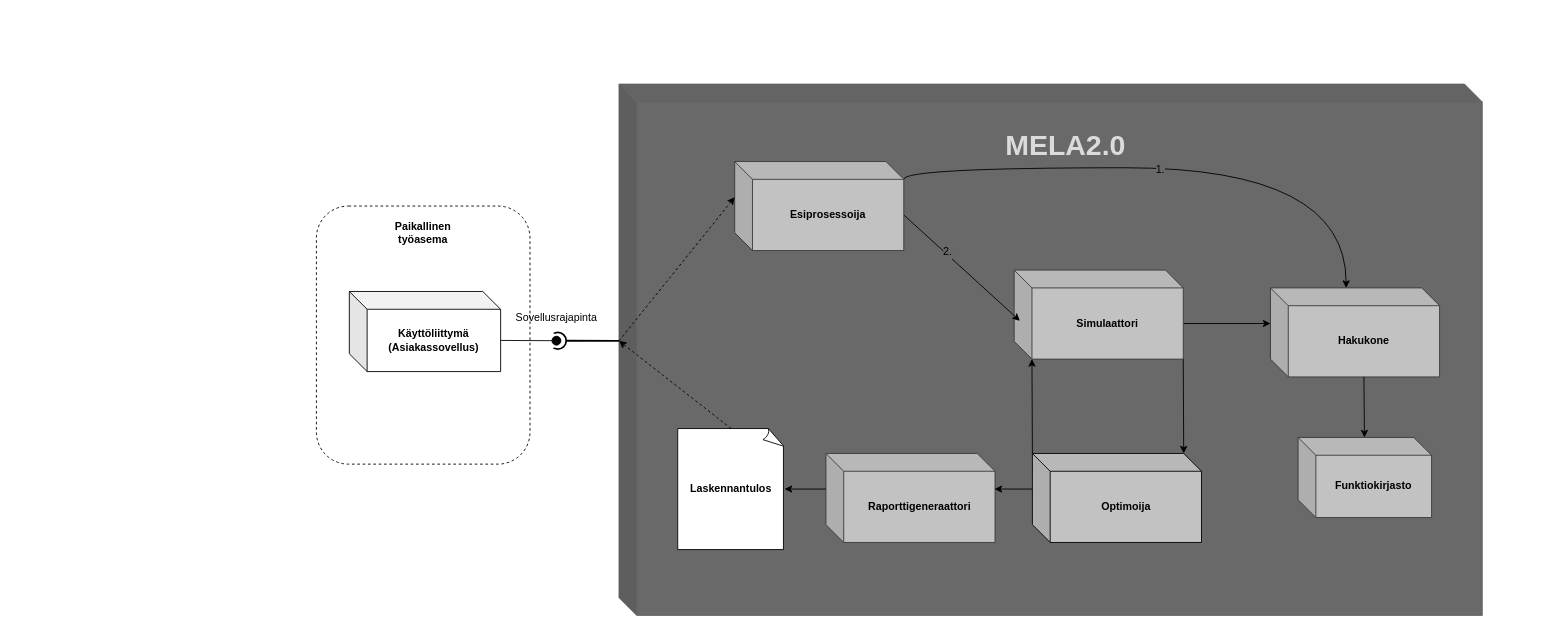
Earlier version of the draw.io diagram Figures/Kayttoliittyma.drawio (R1pe/MELA2.0-Users). Source tidied: cells renumbered, new cells numbered last; positions are measured from the earlier drawing's top-left corner, leaving out a move shared by most shapes. Both pictures are drawn from the tidied source at 89%, with x=0, y=0 at pixel (316, 84).
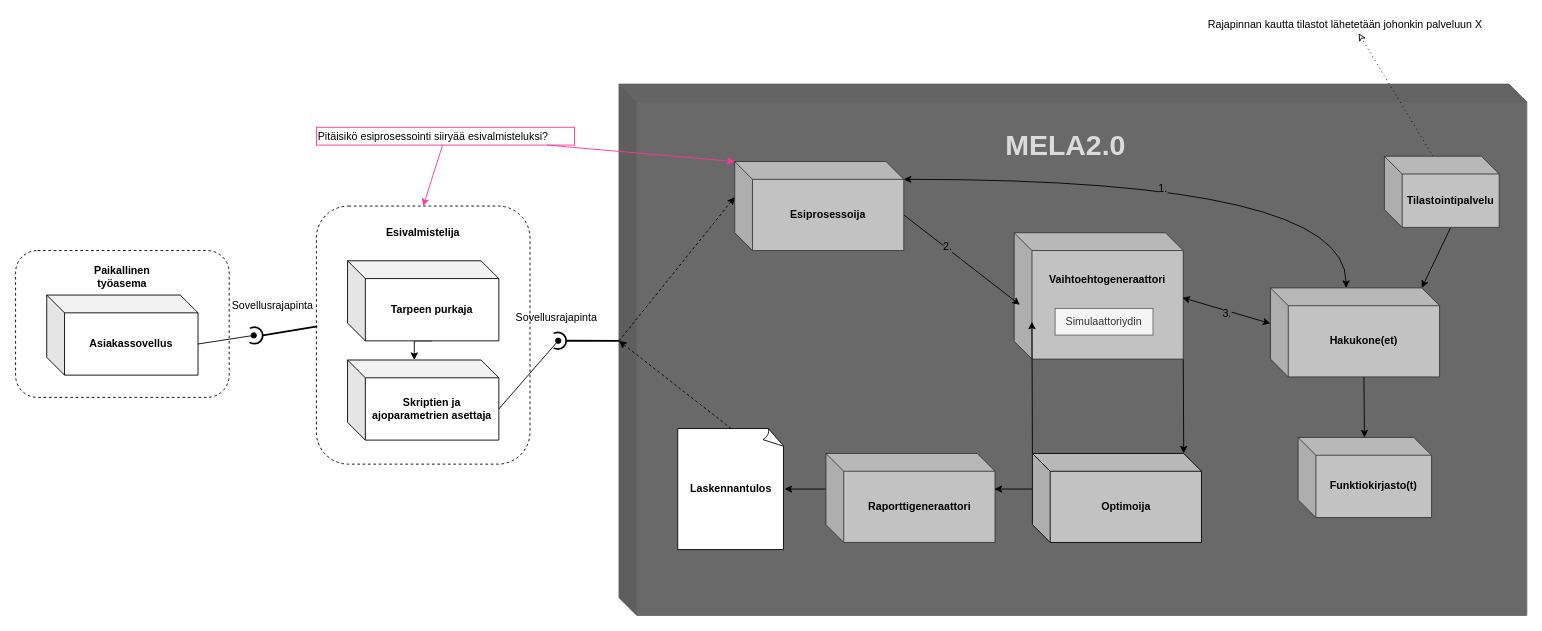
The same page after the edit.

Unchanged cells that the change refers to:
```xml
<mxCell id="2" style="rounded=1;whiteSpace=wrap;html=1;dashed=1;" parent="1" vertex="1">
  <mxGeometry y="137" width="240" height="290" as="geometry" />
</mxCell>
<mxCell id="20" value="Esiprosessoija" style="shape=cube;whiteSpace=wrap;html=1;boundedLbl=1;backgroundOutline=1;darkOpacity=0.05;darkOpacity2=0.1;fontSize=12;fillColor=#C2C2C2;strokeColor=#36393d;fontStyle=1;" parent="1" vertex="1">
  <mxGeometry x="470" y="87" width="190" height="100" as="geometry" />
</mxCell>
<mxCell id="25" style="ellipse;whiteSpace=wrap;html=1;shadow=0;strokeColor=none;fillColor=#ffffff;direction=east;rotation=-90;" parent="1" vertex="1">
  <mxGeometry x="253" y="279" width="18.7" height="18.7" as="geometry" />
</mxCell>
```

Change to the diagram source:
```diff
@@
     <mxCell id="3" style="shape=cube;whiteSpace=wrap;html=1;boundedLbl=1;backgroundOutline=1;darkOpacity=0.05;darkOpacity2=0.1;fontSize=12;fillColor=#696969;strokeColor=#666666;fontColor=#333333;" parent="1" vertex="1">
-      <mxGeometry x="340" width="970" height="597" as="geometry" />
+      <mxGeometry x="340" width="1020" height="597" as="geometry" />
     </mxCell>
@@
-    <mxCell id="7" style="edgeStyle=none;rounded=0;jettySize=auto;html=1;exitX=0;exitY=0;exitDx=190;exitDy=60;exitPerimeter=0;entryX=0;entryY=0;entryDx=0;entryDy=40;entryPerimeter=0;endArrow=classic;endFill=1;endSize=6;strokeWidth=1;" parent="1" edge="1" source="8" target="9">
-      <mxGeometry relative="1" as="geometry" />
-    </mxCell>
-    <mxCell id="8" value="Simulaattori" style="shape=cube;whiteSpace=wrap;html=1;boundedLbl=1;backgroundOutline=1;darkOpacity=0.05;darkOpacity2=0.1;fontSize=12;fillColor=#C2C2C2;strokeColor=#36393d;fontStyle=1;" parent="1" vertex="1">
-      <mxGeometry x="784" y="209" width="190" height="100" as="geometry" />
+    <mxCell id="8" value="&lt;div&gt;Vaihtoehtogeneraattori&lt;/div&gt;&lt;div&gt;&lt;br&gt;&lt;/div&gt;&lt;div&gt;&lt;br&gt;&lt;/div&gt;&lt;div&gt;&lt;br&gt;&lt;/div&gt;&lt;div&gt;&lt;br&gt;&lt;/div&gt;" style="shape=cube;whiteSpace=wrap;html=1;boundedLbl=1;backgroundOutline=1;darkOpacity=0.05;darkOpacity2=0.1;fontSize=12;fillColor=#C2C2C2;strokeColor=#36393d;fontStyle=1;" parent="1" vertex="1">
+      <mxGeometry x="784" y="167" width="190" height="142" as="geometry" />
     </mxCell>
+    <mxCell id="32" style="edgeStyle=none;rounded=0;jettySize=auto;html=1;exitX=0;exitY=0;exitDx=0;exitDy=40;exitPerimeter=0;entryX=0.995;entryY=0.514;entryDx=0;entryDy=0;entryPerimeter=0;startArrow=classic;startFill=1;endArrow=classic;endFill=1;" parent="1" edge="1" source="9" target="8">
+      <mxGeometry relative="1" as="geometry" />
+    </mxCell>
-    <mxCell id="9" value="Hakukone" style="shape=cube;whiteSpace=wrap;html=1;boundedLbl=1;backgroundOutline=1;darkOpacity=0.05;darkOpacity2=0.1;fontSize=12;fillColor=#C2C2C2;strokeColor=#36393d;fontStyle=1;" parent="1" vertex="1">
+    <mxCell id="9" value="Hakukone(et)" style="shape=cube;whiteSpace=wrap;html=1;boundedLbl=1;backgroundOutline=1;darkOpacity=0.05;darkOpacity2=0.1;fontSize=12;fillColor=#C2C2C2;strokeColor=#36393d;fontStyle=1;" parent="1" vertex="1">
       <mxGeometry x="1072" y="229" width="190" height="100" as="geometry" />
     </mxCell>
@@
-    <mxCell id="18" style="edgeStyle=orthogonalEdgeStyle;rounded=0;jettySize=auto;html=1;exitX=0;exitY=0;exitDx=190;exitDy=20;exitPerimeter=0;entryX=0;entryY=0;entryDx=85;entryDy=0;entryPerimeter=0;endArrow=classic;endFill=1;endSize=6;strokeWidth=1;curved=1;" parent="1" edge="1" source="20" target="9">
+    <mxCell id="18" style="edgeStyle=orthogonalEdgeStyle;rounded=0;jettySize=auto;html=1;exitX=0;exitY=0;exitDx=190;exitDy=20;exitPerimeter=0;entryX=0;entryY=0;entryDx=85;entryDy=0;entryPerimeter=0;endArrow=classic;endFill=1;endSize=6;strokeWidth=1;curved=1;startArrow=classic;startFill=1;" parent="1" edge="1" source="20" target="9">
       <mxGeometry relative="1" as="geometry">
         <Array as="points">
-          <mxPoint x="660" y="94" />
-          <mxPoint x="1157" y="94" />
+          <mxPoint x="1157" y="107" />
         </Array>
       </mxGeometry>
     </mxCell>
     <mxCell id="19" value="1." style="text;html=1;align=center;verticalAlign=middle;labelBackgroundColor=#696969;" parent="18" vertex="1">
-      <mxGeometry x="-0.07" y="-1" relative="1" as="geometry" />
+      <mxGeometry x="-0.07" y="-1" relative="1" as="geometry">
+        <mxPoint x="2" y="9" as="offset" />
+      </mxGeometry>
     </mxCell>
@@
+    <mxCell id="33" style="edgeStyle=orthogonalEdgeStyle;rounded=0;jettySize=auto;html=1;exitX=0;exitY=0;exitDx=95;exitDy=90;exitPerimeter=0;entryX=0;entryY=0;entryDx=75;entryDy=0;entryPerimeter=0;" parent="1" edge="1" source="21" target="35">
+      <mxGeometry relative="1" as="geometry" />
+    </mxCell>
-    <mxCell id="21" value="&lt;div&gt;Käyttöliittymä (Asiakassovellus)&lt;br&gt;&lt;/div&gt;" style="shape=cube;whiteSpace=wrap;html=1;boundedLbl=1;backgroundOutline=1;darkOpacity=0.05;darkOpacity2=0.1;fontSize=12;fontStyle=1;" parent="1" vertex="1">
-      <mxGeometry x="37" y="233" width="170" height="90" as="geometry" />
+    <mxCell id="21" value="Tarpeen purkaja" style="shape=cube;whiteSpace=wrap;html=1;boundedLbl=1;backgroundOutline=1;darkOpacity=0.05;darkOpacity2=0.1;fontSize=12;fontStyle=1;" parent="1" vertex="1">
+      <mxGeometry x="35" y="198.5" width="170" height="90" as="geometry" />
     </mxCell>
@@
-    <mxCell id="23" value="Funktiokirjasto" style="shape=cube;whiteSpace=wrap;html=1;boundedLbl=1;backgroundOutline=1;darkOpacity=0.05;darkOpacity2=0.1;fontSize=12;fillColor=#C2C2C2;strokeColor=#36393d;fontStyle=1;" parent="1" vertex="1">
+    <mxCell id="23" value="Funktiokirjasto(t)" style="shape=cube;whiteSpace=wrap;html=1;boundedLbl=1;backgroundOutline=1;darkOpacity=0.05;darkOpacity2=0.1;fontSize=12;fillColor=#C2C2C2;strokeColor=#36393d;fontStyle=1;" parent="1" vertex="1">
       <mxGeometry x="1103" y="397" width="150" height="90" as="geometry" />
     </mxCell>
@@
-    <mxCell id="27" style="rounded=0;jettySize=auto;html=1;exitX=0;exitY=0;exitDx=170;exitDy=55;exitPerimeter=0;endArrow=oval;endFill=1;strokeWidth=1;endSize=10;entryX=0.5;entryY=1;entryDx=0;entryDy=0;" parent="1" edge="1" source="21">
-      <mxGeometry relative="1" as="geometry">
-        <mxPoint x="269.7" y="288.3" as="targetPoint" />
-      </mxGeometry>
-    </mxCell>
@@
-    <mxCell id="31" value="Paikallinen työasema" style="text;html=1;strokeColor=none;fillColor=none;align=center;verticalAlign=middle;whiteSpace=wrap;rounded=0;fontStyle=1;" parent="1" vertex="1">
+    <mxCell id="31" value="Esivalmistelija" style="text;html=1;strokeColor=none;fillColor=none;align=center;verticalAlign=middle;whiteSpace=wrap;rounded=0;fontStyle=1;" parent="1" vertex="1">
       <mxGeometry x="100" y="157" width="40" height="20" as="geometry" />
     </mxCell>
+    <mxCell id="34" style="rounded=0;jettySize=auto;html=1;exitX=0;exitY=0;exitDx=170;exitDy=55;exitPerimeter=0;entryX=0.5;entryY=1;entryDx=0;entryDy=0;endArrow=oval;endFill=1;" parent="1" edge="1" source="35" target="25">
+      <mxGeometry relative="1" as="geometry" />
+    </mxCell>
+    <mxCell id="35" value="Skriptien ja ajoparametrien asettaja" style="shape=cube;whiteSpace=wrap;html=1;boundedLbl=1;backgroundOutline=1;darkOpacity=0.05;darkOpacity2=0.1;fontSize=12;fontStyle=1;" parent="1" vertex="1">
+      <mxGeometry x="35" y="310" width="170" height="90" as="geometry" />
+    </mxCell>
+    <mxCell id="36" style="rounded=1;whiteSpace=wrap;html=1;dashed=1;" parent="1" vertex="1">
+      <mxGeometry x="-338" y="187" width="240" height="165" as="geometry" />
+    </mxCell>
+    <mxCell id="37" value="Asiakassovellus" style="shape=cube;whiteSpace=wrap;html=1;boundedLbl=1;backgroundOutline=1;darkOpacity=0.05;darkOpacity2=0.1;fontSize=12;fontStyle=1;" parent="1" vertex="1">
+      <mxGeometry x="-303" y="237" width="170" height="90" as="geometry" />
+    </mxCell>
+    <mxCell id="38" value="Paikallinen työasema" style="text;html=1;strokeColor=none;fillColor=none;align=center;verticalAlign=middle;whiteSpace=wrap;rounded=0;fontStyle=1;" parent="1" vertex="1">
+      <mxGeometry x="-238" y="207" width="40" height="20" as="geometry" />
+    </mxCell>
+    <mxCell id="39" style="ellipse;whiteSpace=wrap;html=1;shadow=0;strokeColor=#000000;fillColor=#ffffff;direction=east;rotation=-90;strokeWidth=2;" parent="1" vertex="1">
+      <mxGeometry x="-79" y="273" width="18.7" height="18.7" as="geometry" />
+    </mxCell>
+    <mxCell id="40" style="endArrow=none;html=1;entryX=0.5;entryY=1;entryDx=0;entryDy=0;exitX=0.004;exitY=0.466;exitDx=0;exitDy=0;exitPerimeter=0;strokeWidth=2;" parent="1" edge="1" source="2" target="39">
+      <mxGeometry relative="1" as="geometry" />
+    </mxCell>
+    <mxCell id="41" style="ellipse;whiteSpace=wrap;html=1;shadow=0;strokeColor=none;fillColor=#ffffff;direction=east;rotation=-90;" parent="1" vertex="1">
+      <mxGeometry x="-89" y="273" width="18.7" height="18.7" as="geometry" />
+    </mxCell>
+    <mxCell id="42" style="edgeStyle=none;rounded=0;jettySize=auto;html=1;exitX=0;exitY=0;exitDx=170;exitDy=55;exitPerimeter=0;entryX=0.5;entryY=1;entryDx=0;entryDy=0;endArrow=oval;endFill=1;" parent="1" edge="1" source="37" target="41">
+      <mxGeometry relative="1" as="geometry" />
+    </mxCell>
+    <mxCell id="43" value="Sovellusrajapinta" style="text;html=1;strokeColor=none;fillColor=none;align=center;verticalAlign=middle;whiteSpace=wrap;rounded=0;" parent="1" vertex="1">
+      <mxGeometry x="-69.5" y="239" width="40" height="20" as="geometry" />
+    </mxCell>
+    <mxCell id="44" value="Simulaattoriydin" style="rounded=0;whiteSpace=wrap;html=1;fillColor=#f5f5f5;strokeColor=#666666;fontColor=#333333;" parent="1" vertex="1">
+      <mxGeometry x="830" y="252" width="110" height="30" as="geometry" />
+    </mxCell>
+    <mxCell id="45" value="3." style="text;html=1;align=center;verticalAlign=middle;labelBackgroundColor=#696969;" parent="1" vertex="1">
+      <mxGeometry x="1030" y="237" as="geometry">
+        <mxPoint x="-8" y="20" as="offset" />
+      </mxGeometry>
+    </mxCell>
+    <mxCell id="46" style="edgeStyle=none;rounded=0;jettySize=auto;html=1;entryX=0;entryY=0;entryDx=0;entryDy=0;entryPerimeter=0;startArrow=none;startFill=0;endArrow=classic;endFill=1;strokeColor=#FF3399;" parent="1" edge="1" source="48" target="20">
+      <mxGeometry relative="1" as="geometry" />
+    </mxCell>
+    <mxCell id="47" style="edgeStyle=none;rounded=0;jettySize=auto;html=1;entryX=0.5;entryY=0;entryDx=0;entryDy=0;startArrow=none;startFill=0;endArrow=classic;endFill=1;strokeColor=#FF3399;" parent="1" edge="1" source="48" target="2">
+      <mxGeometry relative="1" as="geometry" />
+    </mxCell>
+    <mxCell id="48" value="Pitäisikö esiprosessointi siiryää esivalmisteluksi?" style="text;html=1;points=[];align=left;verticalAlign=top;spacingTop=-4;strokeColor=#FF3399;" parent="1" vertex="1">
+      <mxGeometry y="48.5" width="290" height="20" as="geometry" />
+    </mxCell>
+    <mxCell id="49" style="edgeStyle=none;rounded=0;jettySize=auto;html=1;exitX=0;exitY=0;exitDx=74.5;exitDy=80;exitPerimeter=0;entryX=0;entryY=0;entryDx=170;entryDy=0;entryPerimeter=0;startArrow=none;startFill=0;endArrow=classic;endFill=1;strokeColor=#000000;" parent="1" edge="1" source="51" target="9">
+      <mxGeometry relative="1" as="geometry" />
+    </mxCell>
+    <mxCell id="50" style="edgeStyle=none;rounded=0;jettySize=auto;html=1;exitX=0;exitY=0;exitDx=54.5;exitDy=0;exitPerimeter=0;startArrow=none;startFill=0;endArrow=classic;endFill=0;strokeColor=#000000;dashed=1;dashPattern=1 4;" parent="1" edge="1" source="51" target="52">
+      <mxGeometry relative="1" as="geometry" />
+    </mxCell>
+    <mxCell id="51" value="Tilastointipalvelu" style="shape=cube;whiteSpace=wrap;html=1;boundedLbl=1;backgroundOutline=1;darkOpacity=0.05;darkOpacity2=0.1;fontSize=12;fillColor=#C2C2C2;strokeColor=#36393d;fontStyle=1;" parent="1" vertex="1">
+      <mxGeometry x="1200" y="81" width="129" height="80" as="geometry" />
+    </mxCell>
+    <mxCell id="52" value="Rajapinnan kautta tilastot lähetetään johonkin palveluun X" style="text;html=1;points=[];align=left;verticalAlign=top;spacingTop=-4;" parent="1" vertex="1">
+      <mxGeometry x="1000" y="-77" width="330" height="20" as="geometry" />
+    </mxCell>
```
